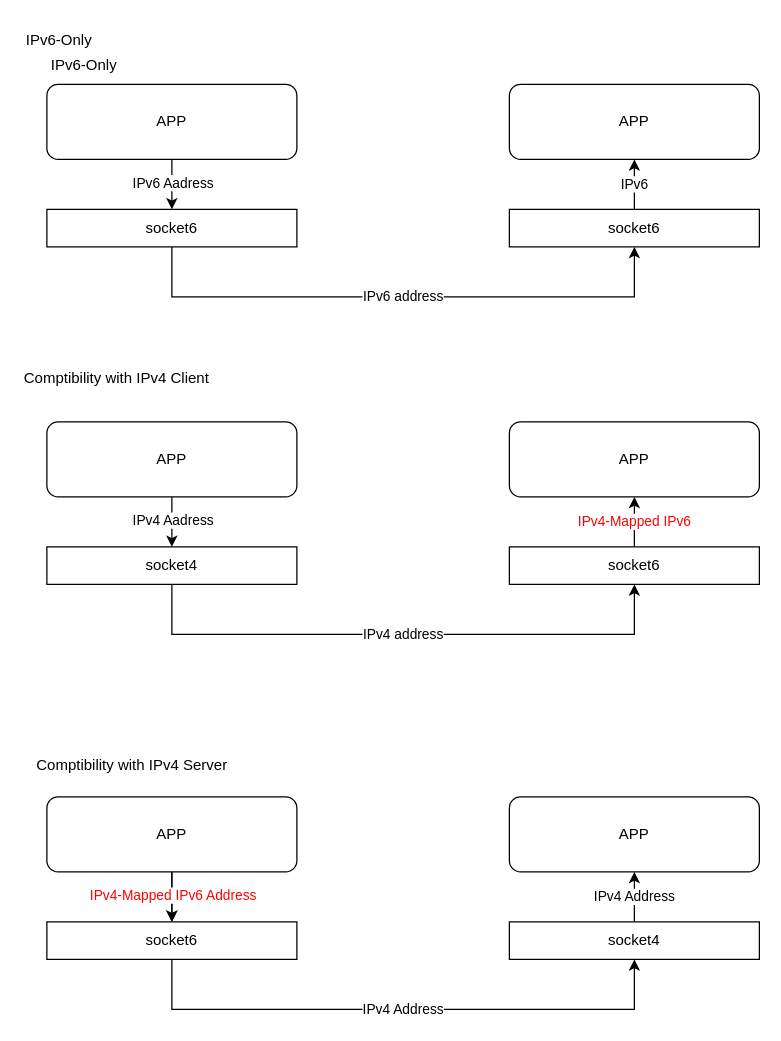
The draw.io diagram Dual-Stack Socket.drawio in anorqiu9/drawio, before the edit. Source tidied: cells renumbered, new cells numbered last; positions are measured from the earlier drawing's top-left corner, leaving out a move shared by most shapes. Both pictures are drawn from the tidied source at 125%, with x=0, y=0 at pixel (21, 21).
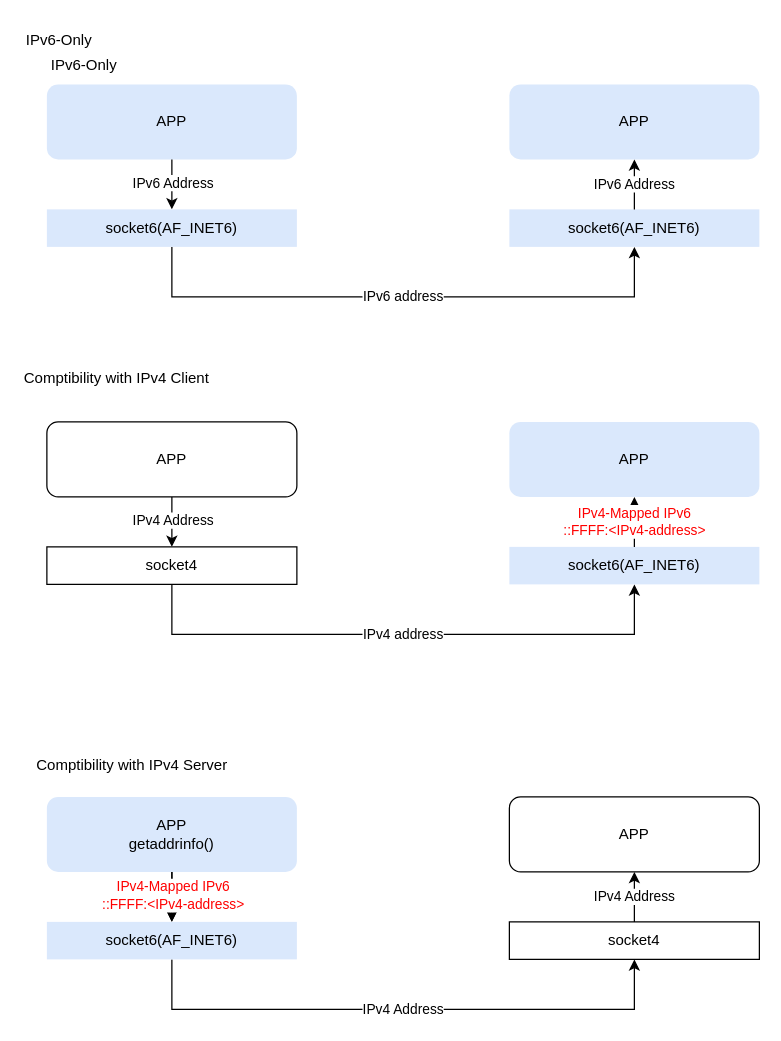
Above is the later version.

The change refers to these unchanged cells:
```xml
<mxCell id="6" style="endArrow=classic;html=1;rounded=0;exitX=0.5;exitY=1;exitDx=0;exitDy=0;" parent="1" edge="1" source="2">
  <mxGeometry relative="1" as="geometry">
    <mxPoint x="120" y="420" as="targetPoint" />
  </mxGeometry>
</mxCell>
<mxCell id="14" style="endArrow=classic;html=1;rounded=0;exitX=0.5;exitY=1;exitDx=0;exitDy=0;" parent="1" edge="1" source="10">
  <mxGeometry relative="1" as="geometry">
    <mxPoint x="120" y="150" as="targetPoint" />
  </mxGeometry>
</mxCell>
<mxCell id="23" style="endArrow=classic;html=1;rounded=0;exitX=0.5;exitY=1;exitDx=0;exitDy=0;" parent="1" edge="1" source="19">
  <mxGeometry relative="1" as="geometry">
    <mxPoint x="120" y="720" as="targetPoint" />
  </mxGeometry>
</mxCell>
```

Diff of the diagram source:
```diff
@@
-    <mxCell id="3" value="APP" style="rounded=1;whiteSpace=wrap;html=1;" parent="1" vertex="1">
+    <mxCell id="3" value="APP" style="rounded=1;whiteSpace=wrap;html=1;strokeColor=none;fillColor=#dae8fc;" parent="1" vertex="1">
       <mxGeometry x="390" y="320" width="200" height="60" as="geometry" />
     </mxCell>
-    <mxCell id="4" value="socket6" style="rounded=0;whiteSpace=wrap;html=1;" parent="1" vertex="1">
+    <mxCell id="4" value="socket6(AF_INET6)" style="rounded=0;whiteSpace=wrap;html=1;strokeColor=none;fillColor=#dae8fc;" parent="1" vertex="1">
       <mxGeometry x="390" y="420" width="200" height="30" as="geometry" />
     </mxCell>
@@
-    <mxCell id="7" value="IPv4 Aadress" style="edgeLabel;html=1;align=center;verticalAlign=middle;" parent="6" vertex="1">
+    <mxCell id="7" value="IPv4 Address" style="edgeLabel;html=1;align=center;verticalAlign=middle;" parent="6" vertex="1">
       <mxGeometry x="-0.1" relative="1" as="geometry" />
     </mxCell>
-    <mxCell id="8" value="&lt;font color=&quot;#ff0000&quot;&gt;IPv4-Mapped IPv6&lt;/font&gt;" style="endArrow=classic;html=1;rounded=0;entryX=0.5;entryY=1;entryDx=0;entryDy=0;exitX=0.5;exitY=0;exitDx=0;exitDy=0;" parent="1" edge="1" source="4" target="3">
+    <mxCell id="8" value="&lt;font color=&quot;#ff0000&quot;&gt;IPv4-Mapped IPv6&lt;/font&gt;&lt;div&gt;&lt;font color=&quot;#ff0000&quot;&gt;::FFFF:&amp;lt;IPv4-address&amp;gt;&lt;br&gt;&lt;/font&gt;&lt;/div&gt;" style="endArrow=classic;html=1;rounded=0;entryX=0.5;entryY=1;entryDx=0;entryDy=0;exitX=0.5;exitY=0;exitDx=0;exitDy=0;" parent="1" edge="1" source="4" target="3">
       <mxGeometry relative="1" as="geometry" />
     </mxCell>
@@
-    <mxCell id="10" value="APP" style="rounded=1;whiteSpace=wrap;html=1;" parent="1" vertex="1">
+    <mxCell id="10" value="APP" style="rounded=1;whiteSpace=wrap;html=1;fillColor=#dae8fc;strokeColor=none;" parent="1" vertex="1">
       <mxGeometry x="20" y="50" width="200" height="60" as="geometry" />
     </mxCell>
-    <mxCell id="11" value="APP" style="rounded=1;whiteSpace=wrap;html=1;" parent="1" vertex="1">
+    <mxCell id="11" value="APP" style="rounded=1;whiteSpace=wrap;html=1;fillColor=#dae8fc;strokeColor=none;" parent="1" vertex="1">
       <mxGeometry x="390" y="50" width="200" height="60" as="geometry" />
     </mxCell>
-    <mxCell id="12" value="socket6" style="rounded=0;whiteSpace=wrap;html=1;" parent="1" vertex="1">
+    <mxCell id="12" value="socket6(AF_INET6)" style="rounded=0;whiteSpace=wrap;html=1;fillColor=#dae8fc;strokeColor=none;" parent="1" vertex="1">
       <mxGeometry x="390" y="150" width="200" height="30" as="geometry" />
     </mxCell>
@@
-    <mxCell id="15" value="IPv6 Aadress" style="edgeLabel;html=1;align=center;verticalAlign=middle;" parent="14" vertex="1">
+    <mxCell id="15" value="IPv6 Address" style="edgeLabel;html=1;align=center;verticalAlign=middle;" parent="14" vertex="1">
       <mxGeometry x="-0.1" relative="1" as="geometry" />
     </mxCell>
-    <mxCell id="16" value="IPv6" style="endArrow=classic;html=1;rounded=0;entryX=0.5;entryY=1;entryDx=0;entryDy=0;exitX=0.5;exitY=0;exitDx=0;exitDy=0;" parent="1" edge="1" source="12" target="11">
+    <mxCell id="16" value="IPv6 Address" style="endArrow=classic;html=1;rounded=0;entryX=0.5;entryY=1;entryDx=0;entryDy=0;exitX=0.5;exitY=0;exitDx=0;exitDy=0;" parent="1" edge="1" source="12" target="11">
       <mxGeometry relative="1" as="geometry" />
     </mxCell>
-    <mxCell id="17" value="socket6" style="rounded=0;whiteSpace=wrap;html=1;" parent="1" vertex="1">
+    <mxCell id="17" value="socket6(AF_INET6)" style="rounded=0;whiteSpace=wrap;html=1;fillColor=#dae8fc;strokeColor=none;" parent="1" vertex="1">
       <mxGeometry x="20" y="150" width="200" height="30" as="geometry" />
     </mxCell>
@@
-    <mxCell id="19" value="APP" style="rounded=1;whiteSpace=wrap;html=1;" parent="1" vertex="1">
+    <mxCell id="19" value="APP&lt;div&gt;getaddrinfo()&lt;/div&gt;" style="rounded=1;whiteSpace=wrap;html=1;strokeColor=none;fillColor=#dae8fc;" parent="1" vertex="1">
       <mxGeometry x="20" y="620" width="200" height="60" as="geometry" />
     </mxCell>
@@
-    <mxCell id="24" value="&lt;font color=&quot;#ff0000&quot;&gt;IPv4-Mapped IPv6 Address&lt;/font&gt;" style="edgeLabel;html=1;align=center;verticalAlign=middle;" parent="23" vertex="1">
+    <mxCell id="24" value="&lt;font color=&quot;#ff0000&quot;&gt;IPv4-Mapped IPv6&lt;/font&gt;&lt;div&gt;&lt;font color=&quot;#ff0000&quot;&gt;::FFFF:&amp;lt;IPv4-address&amp;gt;&lt;/font&gt;&lt;/div&gt;" style="edgeLabel;html=1;align=center;verticalAlign=middle;" parent="23" vertex="1">
       <mxGeometry x="-0.1" relative="1" as="geometry" />
     </mxCell>
@@
-    <mxCell id="26" value="socket6" style="rounded=0;whiteSpace=wrap;html=1;" parent="1" vertex="1">
+    <mxCell id="26" value="socket6(AF_INET6)" style="rounded=0;whiteSpace=wrap;html=1;strokeColor=none;fillColor=#dae8fc;" parent="1" vertex="1">
       <mxGeometry x="20" y="720" width="200" height="30" as="geometry" />
     </mxCell>
```
